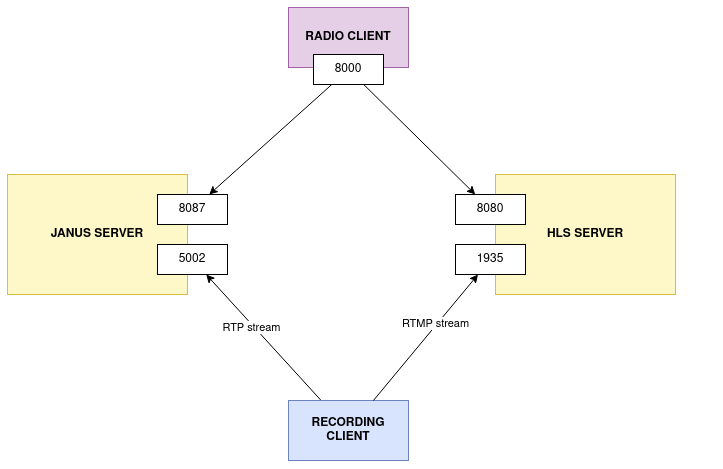
The draw.io diagram diagram.png in morrrrr/radio-playground, before a commit. Source tidied: cells renumbered, new cells last; positions are measured from the earlier drawing's top-left corner, leaving out a move shared by most shapes. The source it was exported from:
```xml
<mxGraphModel>
  <root>
    <mxCell id="0" />
    <mxCell id="1" parent="0" />
    <mxCell id="2" style="group;fontStyle=1;" parent="1" vertex="1">
      <mxGeometry y="167" width="220" height="120" as="geometry" />
    </mxCell>
    <mxCell id="3" value="JANUS SERVER" style="rounded=0;whiteSpace=wrap;html=1;fillColor=#fff2cc;strokeColor=#d6b656;fontStyle=1;" parent="2" vertex="1">
      <mxGeometry width="180" height="120" as="geometry" />
    </mxCell>
    <mxCell id="4" value="8087" style="rounded=0;whiteSpace=wrap;html=1;" parent="2" vertex="1">
      <mxGeometry x="150" y="20" width="70" height="30" as="geometry" />
    </mxCell>
    <mxCell id="5" value="5002" style="rounded=0;whiteSpace=wrap;html=1;" parent="2" vertex="1">
      <mxGeometry x="150" y="70" width="70" height="30" as="geometry" />
    </mxCell>
    <mxCell id="6" style="rounded=0;jettySize=auto;html=1;" parent="1" edge="1" source="8" target="5">
      <mxGeometry relative="1" as="geometry" />
    </mxCell>
    <mxCell id="7" value="RTP stream" style="edgeLabel;html=1;align=center;verticalAlign=middle;" parent="6" vertex="1">
      <mxGeometry x="0.2" y="3" relative="1" as="geometry">
        <mxPoint x="1" as="offset" />
      </mxGeometry>
    </mxCell>
    <mxCell id="8" value="&lt;b&gt;RECORDING CLIENT&lt;/b&gt;" style="rounded=0;whiteSpace=wrap;html=1;fillColor=#dae8fc;strokeColor=#6c8ebf;" parent="1" vertex="1">
      <mxGeometry x="281" y="393" width="120" height="60" as="geometry" />
    </mxCell>
    <mxCell id="9" style="edgeStyle=none;rounded=0;jettySize=auto;html=1;" parent="1" edge="1" source="19" target="4">
      <mxGeometry relative="1" as="geometry" />
    </mxCell>
    <mxCell id="10" style="edgeStyle=none;rounded=0;jettySize=auto;html=1;" parent="1" edge="1" source="19" target="18">
      <mxGeometry relative="1" as="geometry" />
    </mxCell>
    <mxCell id="11" value="RADIO CLIENT" style="rounded=0;whiteSpace=wrap;html=1;fillColor=#e1d5e7;strokeColor=#9673a6;fontStyle=1;" parent="1" vertex="1">
      <mxGeometry x="281" width="120" height="60" as="geometry" />
    </mxCell>
    <mxCell id="12" style="rounded=0;jettySize=auto;html=1;" parent="1" edge="1" source="8" target="17">
      <mxGeometry relative="1" as="geometry" />
    </mxCell>
    <mxCell id="13" value="RTMP stream" style="edgeLabel;html=1;align=center;verticalAlign=middle;" parent="12" vertex="1">
      <mxGeometry x="0.2" y="3" relative="1" as="geometry">
        <mxPoint x="1" as="offset" />
      </mxGeometry>
    </mxCell>
    <mxCell id="14" style="group;" parent="1" vertex="1">
      <mxGeometry x="448" y="167" width="260" height="120" as="geometry" />
    </mxCell>
    <mxCell id="15" style="group;" parent="14" vertex="1">
      <mxGeometry x="40" width="220" height="120" as="geometry" />
    </mxCell>
    <mxCell id="16" value="HLS SERVER" style="rounded=0;whiteSpace=wrap;html=1;fillColor=#fff2cc;strokeColor=#d6b656;fontStyle=1;" parent="15" vertex="1">
      <mxGeometry width="180" height="120" as="geometry" />
    </mxCell>
    <mxCell id="17" value="1935" style="rounded=0;whiteSpace=wrap;html=1;" parent="15" vertex="1">
      <mxGeometry x="-40" y="70" width="70" height="30" as="geometry" />
    </mxCell>
    <mxCell id="18" value="8080" style="rounded=0;whiteSpace=wrap;html=1;" parent="14" vertex="1">
      <mxGeometry y="20" width="70" height="30" as="geometry" />
    </mxCell>
    <mxCell id="19" value="8000" style="rounded=0;whiteSpace=wrap;html=1;" parent="1" vertex="1">
      <mxGeometry x="306" y="47" width="70" height="30" as="geometry" />
    </mxCell>
  </root>
</mxGraphModel>
```
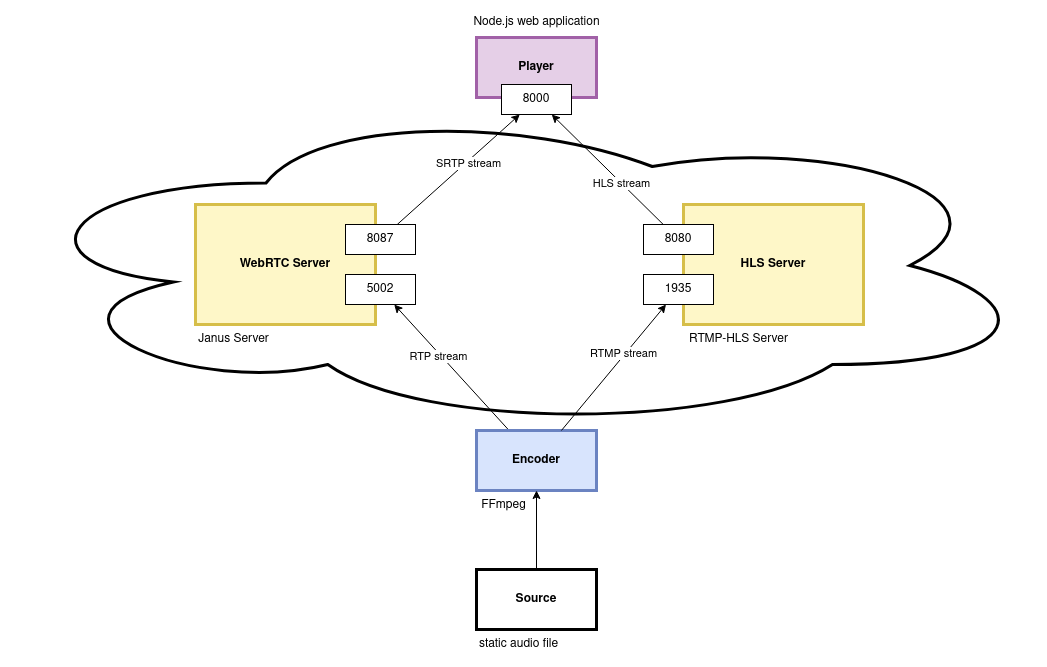
Above is the later version.

What changed in the source:
```diff
@@ -2,10 +2,13 @@
   <root>
     <mxCell id="0" />
     <mxCell id="1" parent="0" />
+    <mxCell id="20" style="ellipse;shape=cloud;whiteSpace=wrap;html=1;strokeWidth=3;" parent="1" vertex="1">
+      <mxGeometry x="-187" y="63" width="1030" height="330" as="geometry" />
+    </mxCell>
     <mxCell id="2" style="group;fontStyle=1;" parent="1" vertex="1">
       <mxGeometry y="167" width="220" height="120" as="geometry" />
     </mxCell>
-    <mxCell id="3" value="JANUS SERVER" style="rounded=0;whiteSpace=wrap;html=1;fillColor=#fff2cc;strokeColor=#d6b656;fontStyle=1;" parent="2" vertex="1">
+    <mxCell id="3" value="WebRTC Server" style="rounded=0;whiteSpace=wrap;html=1;fillColor=#fff2cc;strokeColor=#d6b656;fontStyle=1;strokeWidth=3;" parent="2" vertex="1">
       <mxGeometry width="180" height="120" as="geometry" />
     </mxCell>
     <mxCell id="4" value="8087" style="rounded=0;whiteSpace=wrap;html=1;" parent="2" vertex="1">
@@ -22,16 +25,22 @@
         <mxPoint x="1" as="offset" />
       </mxGeometry>
     </mxCell>
-    <mxCell id="8" value="&lt;b&gt;RECORDING CLIENT&lt;/b&gt;" style="rounded=0;whiteSpace=wrap;html=1;fillColor=#dae8fc;strokeColor=#6c8ebf;" parent="1" vertex="1">
+    <mxCell id="8" value="&lt;b&gt;Encoder&lt;/b&gt;" style="rounded=0;whiteSpace=wrap;html=1;fillColor=#dae8fc;strokeColor=#6c8ebf;strokeWidth=3;" parent="1" vertex="1">
       <mxGeometry x="281" y="393" width="120" height="60" as="geometry" />
     </mxCell>
-    <mxCell id="9" style="edgeStyle=none;rounded=0;jettySize=auto;html=1;" parent="1" edge="1" source="19" target="4">
+    <mxCell id="9" style="edgeStyle=none;rounded=0;jettySize=auto;html=1;startArrow=classic;startFill=1;endArrow=none;endFill=0;" parent="1" edge="1" source="19" target="4">
       <mxGeometry relative="1" as="geometry" />
     </mxCell>
+    <mxCell id="21" value="&lt;span class=&quot;ILfuVd&quot; lang=&quot;en&quot;&gt;SRTP stream&lt;br&gt;&lt;/span&gt;" style="edgeLabel;html=1;align=center;verticalAlign=middle;" parent="9" vertex="1">
+      <mxGeometry x="-0.14" y="2" relative="1" as="geometry" />
+    </mxCell>
-    <mxCell id="10" style="edgeStyle=none;rounded=0;jettySize=auto;html=1;" parent="1" edge="1" source="19" target="18">
+    <mxCell id="10" style="edgeStyle=none;rounded=0;jettySize=auto;html=1;startArrow=classic;startFill=1;endArrow=none;endFill=0;" parent="1" edge="1" source="19" target="18">
       <mxGeometry relative="1" as="geometry" />
     </mxCell>
+    <mxCell id="22" value="HLS stream" style="edgeLabel;html=1;align=center;verticalAlign=middle;" parent="10" vertex="1">
+      <mxGeometry x="0.23" relative="1" as="geometry" />
+    </mxCell>
-    <mxCell id="11" value="RADIO CLIENT" style="rounded=0;whiteSpace=wrap;html=1;fillColor=#e1d5e7;strokeColor=#9673a6;fontStyle=1;" parent="1" vertex="1">
+    <mxCell id="11" value="Player" style="rounded=0;whiteSpace=wrap;html=1;fillColor=#e1d5e7;strokeColor=#9673a6;fontStyle=1;strokeWidth=3;" parent="1" vertex="1">
       <mxGeometry x="281" width="120" height="60" as="geometry" />
     </mxCell>
     <mxCell id="12" style="rounded=0;jettySize=auto;html=1;" parent="1" edge="1" source="8" target="17">
@@ -45,10 +54,10 @@
     <mxCell id="14" style="group;" parent="1" vertex="1">
       <mxGeometry x="448" y="167" width="260" height="120" as="geometry" />
     </mxCell>
-    <mxCell id="15" style="group;" parent="14" vertex="1">
+    <mxCell id="15" style="group;strokeWidth=3;" parent="14" vertex="1">
       <mxGeometry x="40" width="220" height="120" as="geometry" />
     </mxCell>
-    <mxCell id="16" value="HLS SERVER" style="rounded=0;whiteSpace=wrap;html=1;fillColor=#fff2cc;strokeColor=#d6b656;fontStyle=1;" parent="15" vertex="1">
+    <mxCell id="16" value="HLS Server" style="rounded=0;whiteSpace=wrap;html=1;fillColor=#fff2cc;strokeColor=#d6b656;fontStyle=1;strokeWidth=3;" parent="15" vertex="1">
       <mxGeometry width="180" height="120" as="geometry" />
     </mxCell>
     <mxCell id="17" value="1935" style="rounded=0;whiteSpace=wrap;html=1;" parent="15" vertex="1">
@@ -60,5 +69,26 @@
     <mxCell id="19" value="8000" style="rounded=0;whiteSpace=wrap;html=1;" parent="1" vertex="1">
       <mxGeometry x="306" y="47" width="70" height="30" as="geometry" />
     </mxCell>
+    <mxCell id="23" value="FFmpeg" style="text;html=1;align=center;verticalAlign=middle;strokeColor=none;fillColor=none;" parent="1" vertex="1">
+      <mxGeometry x="273" y="453" width="70" height="30" as="geometry" />
+    </mxCell>
+    <mxCell id="24" value="Node.js web application" style="text;html=1;align=center;verticalAlign=middle;strokeColor=none;fillColor=none;" parent="1" vertex="1">
+      <mxGeometry x="266" y="-30" width="150" height="30" as="geometry" />
+    </mxCell>
+    <mxCell id="25" value="Janus Server" style="text;html=1;align=center;verticalAlign=middle;strokeColor=none;fillColor=none;" parent="1" vertex="1">
+      <mxGeometry x="-7" y="287" width="90" height="30" as="geometry" />
+    </mxCell>
+    <mxCell id="26" value="RTMP-HLS Server" style="text;html=1;align=center;verticalAlign=middle;strokeColor=none;fillColor=none;" parent="1" vertex="1">
+      <mxGeometry x="483" y="287" width="120" height="30" as="geometry" />
+    </mxCell>
+    <mxCell id="27" style="edgeStyle=orthogonalEdgeStyle;rounded=0;jettySize=auto;html=1;" parent="1" edge="1" source="28" target="8">
+      <mxGeometry relative="1" as="geometry" />
+    </mxCell>
+    <mxCell id="28" value="&lt;b&gt;Source&lt;/b&gt;" style="rounded=0;whiteSpace=wrap;html=1;strokeWidth=3;" parent="1" vertex="1">
+      <mxGeometry x="281" y="532" width="120" height="60" as="geometry" />
+    </mxCell>
+    <mxCell id="29" value="static audio file " style="text;html=1;align=center;verticalAlign=middle;strokeColor=none;fillColor=none;" parent="1" vertex="1">
+      <mxGeometry x="273" y="592" width="100" height="30" as="geometry" />
+    </mxCell>
   </root>
 </mxGraphModel>
```
